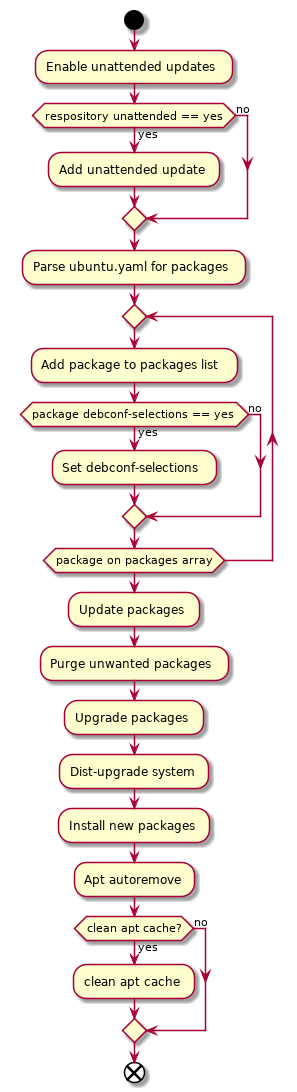
cslucr/ubuntu-ucr keeps this PlantUML diagram as docs/uml/packages.png. Above is the earlier version.
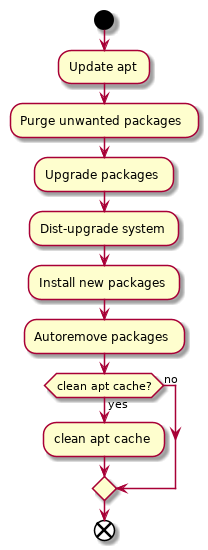
The same diagram one commit later.

Change to the diagram source:
```diff
@@ -1,24 +1,11 @@
 @startuml
 start
-:Enable unattended updates;
-if (respository unattended == yes) then (no)
-else (yes)
-  :Add unattended update;
-endif
-:Parse ubuntu.yaml for packages;
-repeat
-  :Add package to packages list;
-  if (package debconf-selections == yes) then (no)
-  else (yes)
-    :Set debconf-selections;
-  endif
-repeat while (package on packages array)
-:Update packages;
+:Update apt;
 :Purge unwanted packages;
 :Upgrade packages;
 :Dist-upgrade system;
 :Install new packages;
-:Apt autoremove;
+:Autoremove packages;
 if (clean apt cache?) then (no)
 else (yes)
   :clean apt cache;
```
